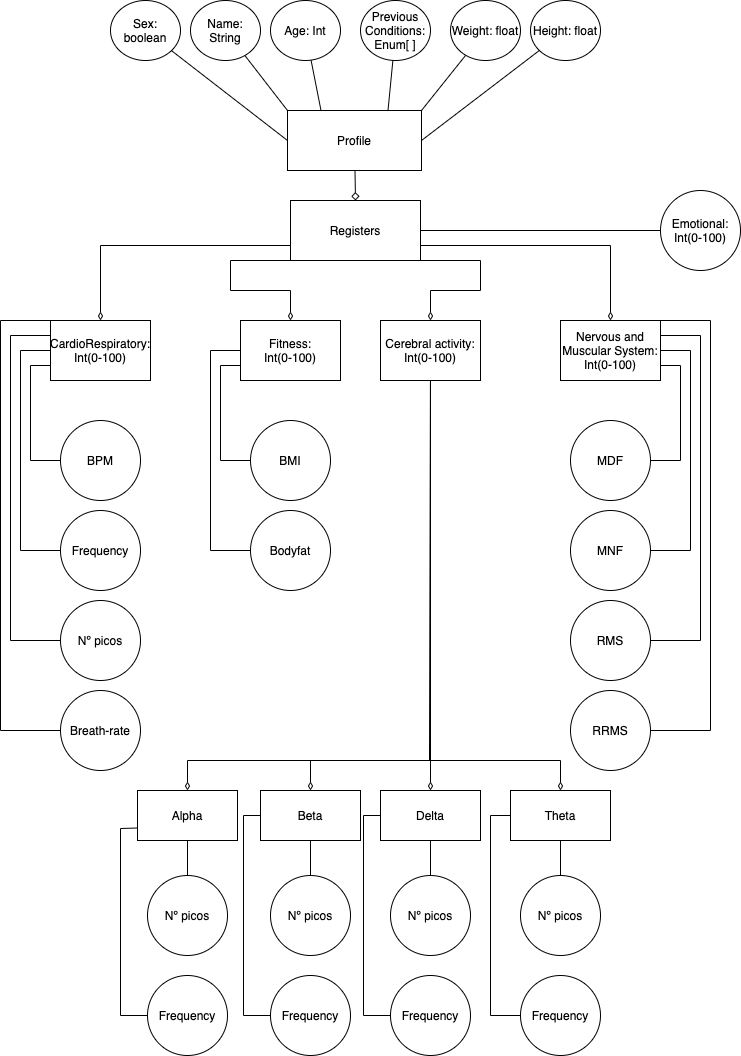
Earlier version of the draw.io export files/domain/domain.png (miquelroq/CHECKapp). Source tidied: cells renumbered, new cells last; positions are measured from the earlier drawing's top-left corner, leaving out a move shared by most shapes.
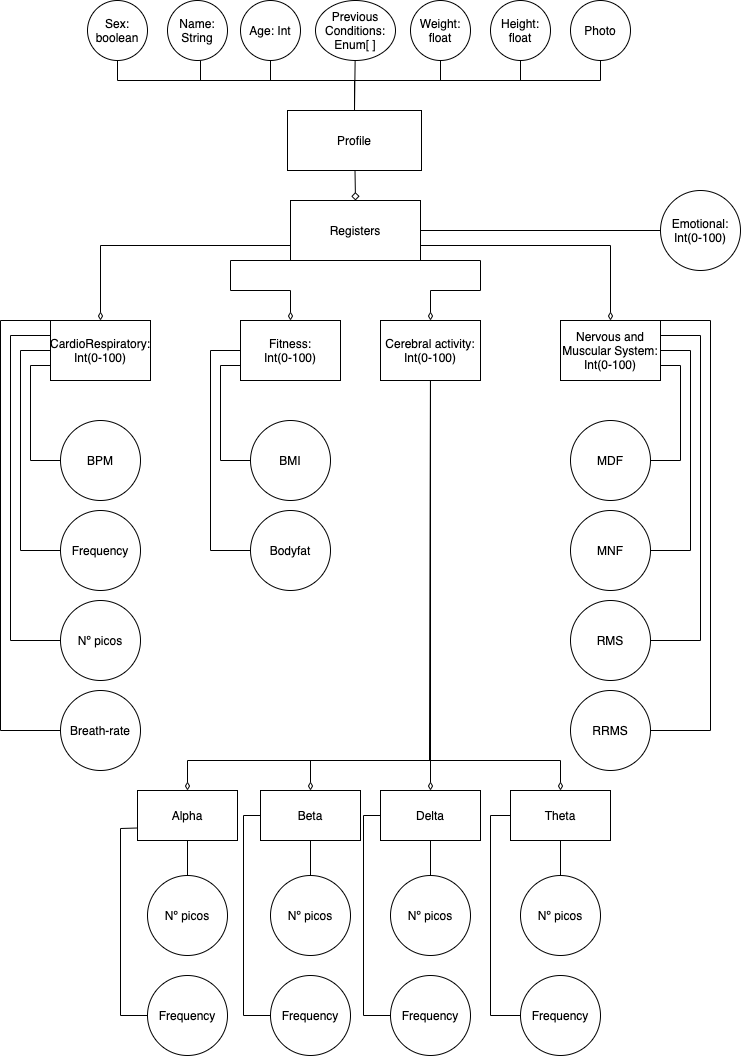
After the change.

What changed in the source:
```diff
@@ -5,44 +5,82 @@
     <mxCell id="2" style="edgeStyle=none;rounded=0;jettySize=auto;html=1;entryX=0.5;entryY=0;entryDx=0;entryDy=0;endArrow=diamond;endFill=0;" parent="1" edge="1" source="3" target="21">
       <mxGeometry relative="1" as="geometry" />
     </mxCell>
+    <mxCell id="74" style="rounded=0;jettySize=auto;html=1;entryX=0.5;entryY=1;entryDx=0;entryDy=0;endArrow=none;endFill=0;exitX=0.5;exitY=0;exitDx=0;exitDy=0;edgeStyle=orthogonalEdgeStyle;" parent="1" edge="1" source="3" target="75">
+      <mxGeometry relative="1" as="geometry">
+        <Array as="points">
+          <mxPoint x="354" y="80" />
+          <mxPoint x="600" y="80" />
+        </Array>
+      </mxGeometry>
+    </mxCell>
     <mxCell id="3" value="Profile" style="rounded=0;whiteSpace=wrap;html=1;" parent="1" vertex="1">
       <mxGeometry x="287" y="110" width="134" height="60" as="geometry" />
     </mxCell>
-    <mxCell id="4" style="edgeStyle=none;rounded=0;jettySize=auto;html=1;entryX=0;entryY=0;entryDx=0;entryDy=0;endArrow=none;endFill=0;" parent="1" edge="1" source="5" target="3">
-      <mxGeometry relative="1" as="geometry" />
+    <mxCell id="4" style="edgeStyle=orthogonalEdgeStyle;rounded=0;jettySize=auto;html=1;entryX=0;entryY=0;entryDx=0;entryDy=0;endArrow=none;endFill=0;" parent="1" edge="1" source="5" target="3">
+      <mxGeometry relative="1" as="geometry">
+        <Array as="points">
+          <mxPoint x="200" y="80" />
+          <mxPoint x="354" y="80" />
+          <mxPoint x="354" y="110" />
+        </Array>
+      </mxGeometry>
     </mxCell>
     <mxCell id="5" value="Name: String" style="ellipse;whiteSpace=wrap;html=1;" parent="1" vertex="1">
-      <mxGeometry x="190" width="70" height="60" as="geometry" />
+      <mxGeometry x="167" width="60" height="60" as="geometry" />
     </mxCell>
-    <mxCell id="6" style="edgeStyle=none;rounded=0;jettySize=auto;html=1;entryX=0.25;entryY=0;entryDx=0;entryDy=0;endArrow=none;endFill=0;" parent="1" edge="1" source="7" target="3">
-      <mxGeometry relative="1" as="geometry" />
+    <mxCell id="6" style="edgeStyle=orthogonalEdgeStyle;rounded=0;jettySize=auto;html=1;entryX=0.25;entryY=0;entryDx=0;entryDy=0;endArrow=none;endFill=0;" parent="1" edge="1" source="7" target="3">
+      <mxGeometry relative="1" as="geometry">
+        <Array as="points">
+          <mxPoint x="270" y="80" />
+          <mxPoint x="354" y="80" />
+          <mxPoint x="354" y="110" />
+        </Array>
+      </mxGeometry>
     </mxCell>
     <mxCell id="7" value="Age: Int" style="ellipse;whiteSpace=wrap;html=1;" parent="1" vertex="1">
-      <mxGeometry x="270" width="70" height="60" as="geometry" />
+      <mxGeometry x="240" width="60" height="60" as="geometry" />
     </mxCell>
-    <mxCell id="8" style="edgeStyle=none;rounded=0;jettySize=auto;html=1;entryX=1;entryY=0;entryDx=0;entryDy=0;endArrow=none;endFill=0;" parent="1" edge="1" source="9" target="3">
-      <mxGeometry relative="1" as="geometry" />
+    <mxCell id="8" style="edgeStyle=orthogonalEdgeStyle;rounded=0;jettySize=auto;html=1;entryX=0.75;entryY=0;entryDx=0;entryDy=0;endArrow=none;endFill=0;" parent="1" edge="1" source="9" target="3">
+      <mxGeometry relative="1" as="geometry">
+        <Array as="points">
+          <mxPoint x="440" y="80" />
+          <mxPoint x="354" y="80" />
+          <mxPoint x="354" y="110" />
+        </Array>
+      </mxGeometry>
     </mxCell>
     <mxCell id="9" value="Weight: float" style="ellipse;whiteSpace=wrap;html=1;" parent="1" vertex="1">
-      <mxGeometry x="450" width="70" height="60" as="geometry" />
+      <mxGeometry x="410" width="60" height="60" as="geometry" />
     </mxCell>
-    <mxCell id="10" style="edgeStyle=none;rounded=0;jettySize=auto;html=1;entryX=1;entryY=0.5;entryDx=0;entryDy=0;endArrow=none;endFill=0;" parent="1" edge="1" source="11" target="3">
-      <mxGeometry relative="1" as="geometry" />
+    <mxCell id="10" style="edgeStyle=orthogonalEdgeStyle;rounded=0;jettySize=auto;html=1;endArrow=none;endFill=0;exitX=0.5;exitY=1;exitDx=0;exitDy=0;" parent="1" edge="1" source="11">
+      <mxGeometry relative="1" as="geometry">
+        <mxPoint x="354" y="110" as="targetPoint" />
+        <Array as="points">
+          <mxPoint x="520" y="80" />
+          <mxPoint x="354" y="80" />
+        </Array>
+      </mxGeometry>
     </mxCell>
     <mxCell id="11" value="Height: float" style="ellipse;whiteSpace=wrap;html=1;" parent="1" vertex="1">
-      <mxGeometry x="530" width="70" height="60" as="geometry" />
+      <mxGeometry x="490" width="60" height="60" as="geometry" />
     </mxCell>
-    <mxCell id="12" style="edgeStyle=none;rounded=0;jettySize=auto;html=1;entryX=0;entryY=0.5;entryDx=0;entryDy=0;endArrow=none;endFill=0;" parent="1" edge="1" source="13" target="3">
-      <mxGeometry relative="1" as="geometry" />
+    <mxCell id="12" style="edgeStyle=orthogonalEdgeStyle;rounded=0;jettySize=auto;html=1;endArrow=none;endFill=0;exitX=0.5;exitY=1;exitDx=0;exitDy=0;" parent="1" edge="1" source="13">
+      <mxGeometry relative="1" as="geometry">
+        <mxPoint x="354" y="110" as="targetPoint" />
+        <Array as="points">
+          <mxPoint x="117" y="80" />
+          <mxPoint x="354" y="80" />
+        </Array>
+      </mxGeometry>
     </mxCell>
     <mxCell id="13" value="Sex: boolean" style="ellipse;whiteSpace=wrap;html=1;" parent="1" vertex="1">
-      <mxGeometry x="110" width="70" height="60" as="geometry" />
+      <mxGeometry x="87" width="60" height="60" as="geometry" />
     </mxCell>
-    <mxCell id="14" style="edgeStyle=none;rounded=0;jettySize=auto;html=1;entryX=0.75;entryY=0;entryDx=0;entryDy=0;endArrow=none;endFill=0;" parent="1" edge="1" source="15" target="3">
+    <mxCell id="14" style="edgeStyle=none;rounded=0;jettySize=auto;html=1;entryX=0.5;entryY=0;entryDx=0;entryDy=0;endArrow=none;endFill=0;" parent="1" edge="1" source="15" target="3">
       <mxGeometry relative="1" as="geometry" />
     </mxCell>
     <mxCell id="15" value="Previous Conditions:&lt;br&gt;Enum[ ]" style="ellipse;whiteSpace=wrap;html=1;" parent="1" vertex="1">
-      <mxGeometry x="360" width="70" height="60" as="geometry" />
+      <mxGeometry x="315" width="80" height="60" as="geometry" />
     </mxCell>
     <mxCell id="16" style="edgeStyle=none;rounded=0;jettySize=auto;html=1;entryX=0.5;entryY=0;entryDx=0;entryDy=0;endArrow=diamondThin;endFill=0;exitX=0;exitY=0.75;exitDx=0;exitDy=0;" parent="1" edge="1" source="21" target="26">
       <mxGeometry relative="1" as="geometry">
@@ -331,5 +369,8 @@
     <mxCell id="73" value="RRMS" style="ellipse;whiteSpace=wrap;html=1;" parent="1" vertex="1">
       <mxGeometry x="570" y="690" width="80" height="80" as="geometry" />
     </mxCell>
+    <mxCell id="75" value="Photo" style="ellipse;whiteSpace=wrap;html=1;" parent="1" vertex="1">
+      <mxGeometry x="570" width="60" height="60" as="geometry" />
+    </mxCell>
   </root>
 </mxGraphModel>
```
